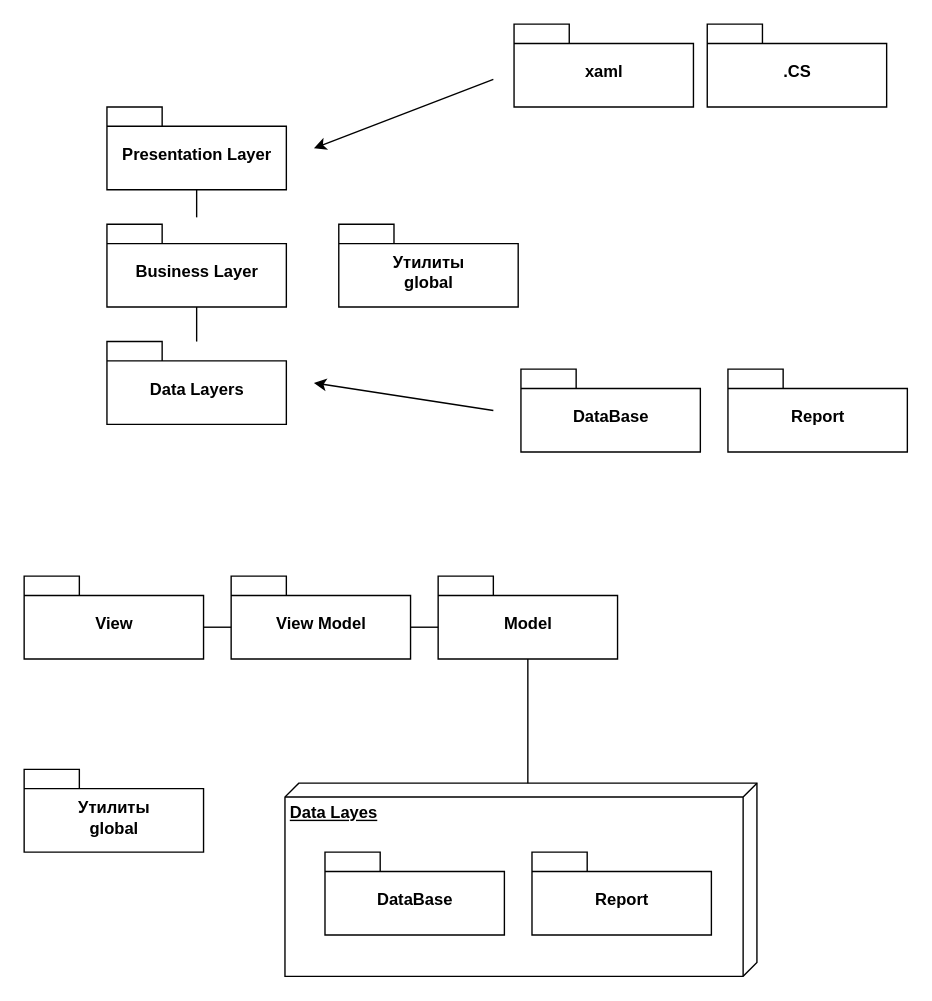
Earlier version of the draw.io diagram DOC/DiagramPackages.drawio (toshabelof/dissertation). Source tidied: cells renumbered, new cells numbered last; positions are measured from the earlier drawing's top-left corner, leaving out a move shared by most shapes. Both pictures are drawn from the tidied source at 138%, with x=0, y=0 at pixel (23, 23).
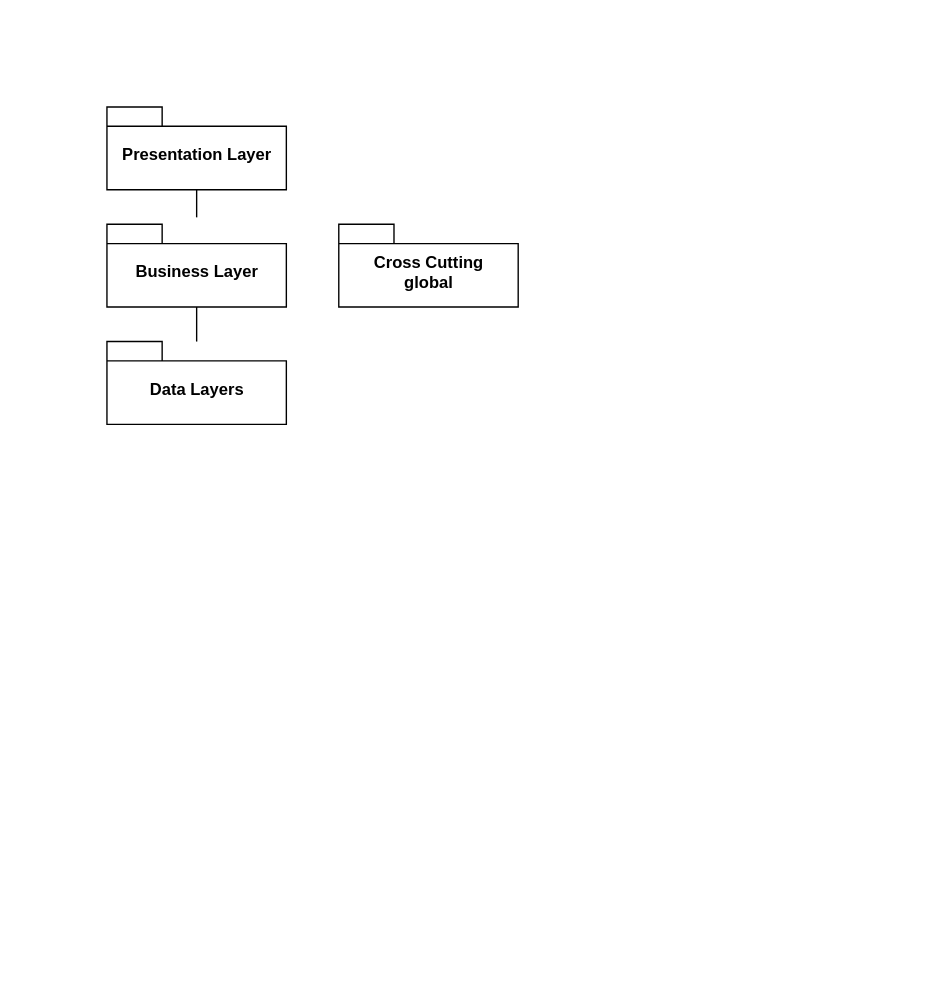
After the change.

What changed in the source:
```diff
@@
-    <mxCell id="5" value="Утилиты&lt;br&gt;global" style="shape=folder;fontStyle=1;spacingTop=10;tabWidth=40;tabHeight=14;tabPosition=left;html=1;" parent="1" vertex="1">
+    <mxCell id="5" value="Cross Cutting&lt;br&gt;global" style="shape=folder;fontStyle=1;spacingTop=10;tabWidth=40;tabHeight=14;tabPosition=left;html=1;" parent="1" vertex="1">
       <mxGeometry x="228" y="145" width="130" height="60" as="geometry" />
     </mxCell>
@@
-    <mxCell id="8" value="Model" style="shape=folder;fontStyle=1;spacingTop=10;tabWidth=40;tabHeight=14;tabPosition=left;html=1;" parent="1" vertex="1">
-      <mxGeometry x="300" y="400" width="130" height="60" as="geometry" />
-    </mxCell>
-    <mxCell id="9" value="View" style="shape=folder;fontStyle=1;spacingTop=10;tabWidth=40;tabHeight=14;tabPosition=left;html=1;" parent="1" vertex="1">
-      <mxGeometry y="400" width="130" height="60" as="geometry" />
-    </mxCell>
-    <mxCell id="10" value="View Model" style="shape=folder;fontStyle=1;spacingTop=10;tabWidth=40;tabHeight=14;tabPosition=left;html=1;" parent="1" vertex="1">
-      <mxGeometry x="150" y="400" width="130" height="60" as="geometry" />
-    </mxCell>
-    <mxCell id="11" value="&lt;span style=&quot;font-weight: 700 ; text-align: center&quot;&gt;Data Layes&lt;/span&gt;" style="verticalAlign=top;align=left;spacingTop=8;spacingLeft=2;spacingRight=12;shape=cube;size=10;direction=south;fontStyle=4;html=1;" parent="1" vertex="1">
-      <mxGeometry x="189" y="550" width="342" height="140" as="geometry" />
-    </mxCell>
-    <mxCell id="12" value="DataBase" style="shape=folder;fontStyle=1;spacingTop=10;tabWidth=40;tabHeight=14;tabPosition=left;html=1;" parent="1" vertex="1">
-      <mxGeometry x="218" y="600" width="130" height="60" as="geometry" />
-    </mxCell>
-    <mxCell id="13" value="Report" style="shape=folder;fontStyle=1;spacingTop=10;tabWidth=40;tabHeight=14;tabPosition=left;html=1;" parent="1" vertex="1">
-      <mxGeometry x="368" y="600" width="130" height="60" as="geometry" />
-    </mxCell>
-    <mxCell id="14" value="Утилиты&lt;br&gt;global" style="shape=folder;fontStyle=1;spacingTop=10;tabWidth=40;tabHeight=14;tabPosition=left;html=1;" parent="1" vertex="1">
-      <mxGeometry y="540" width="130" height="60" as="geometry" />
-    </mxCell>
-    <mxCell id="15" style="endArrow=none;html=1;entryX=0;entryY=0;entryDx=130;entryDy=37;entryPerimeter=0;exitX=0;exitY=0;exitDx=0;exitDy=37;exitPerimeter=0;" parent="1" edge="1" source="8" target="10">
-      <mxGeometry relative="1" as="geometry" />
-    </mxCell>
-    <mxCell id="16" style="endArrow=none;html=1;entryX=0;entryY=0;entryDx=0;entryDy=37;entryPerimeter=0;exitX=0;exitY=0;exitDx=130;exitDy=37;exitPerimeter=0;" parent="1" edge="1" source="9" target="10">
-      <mxGeometry relative="1" as="geometry" />
-    </mxCell>
-    <mxCell id="17" style="endArrow=classic;html=1;" parent="1" edge="1">
-      <mxGeometry relative="1" as="geometry">
-        <mxPoint x="340" y="40" as="sourcePoint" />
-        <mxPoint x="210" y="90" as="targetPoint" />
-      </mxGeometry>
-    </mxCell>
-    <mxCell id="18" value="xaml" style="shape=folder;fontStyle=1;spacingTop=10;tabWidth=40;tabHeight=14;tabPosition=left;html=1;" parent="1" vertex="1">
-      <mxGeometry x="355" width="130" height="60" as="geometry" />
-    </mxCell>
-    <mxCell id="19" value=".CS" style="shape=folder;fontStyle=1;spacingTop=10;tabWidth=40;tabHeight=14;tabPosition=left;html=1;" parent="1" vertex="1">
-      <mxGeometry x="495" width="130" height="60" as="geometry" />
-    </mxCell>
-    <mxCell id="20" value="DataBase" style="shape=folder;fontStyle=1;spacingTop=10;tabWidth=40;tabHeight=14;tabPosition=left;html=1;" parent="1" vertex="1">
-      <mxGeometry x="360" y="250" width="130" height="60" as="geometry" />
-    </mxCell>
-    <mxCell id="21" value="Report" style="shape=folder;fontStyle=1;spacingTop=10;tabWidth=40;tabHeight=14;tabPosition=left;html=1;" parent="1" vertex="1">
-      <mxGeometry x="510" y="250" width="130" height="60" as="geometry" />
-    </mxCell>
-    <mxCell id="22" style="endArrow=classic;html=1;" parent="1" edge="1">
-      <mxGeometry relative="1" as="geometry">
-        <mxPoint x="340" y="280" as="sourcePoint" />
-        <mxPoint x="210" y="260" as="targetPoint" />
-      </mxGeometry>
-    </mxCell>
-    <mxCell id="23" style="endArrow=none;html=1;entryX=0.5;entryY=1;entryDx=0;entryDy=0;entryPerimeter=0;exitX=0;exitY=0;exitDx=0;exitDy=166;exitPerimeter=0;" parent="1" edge="1" source="11" target="8">
-      <mxGeometry relative="1" as="geometry" />
-    </mxCell>
```
